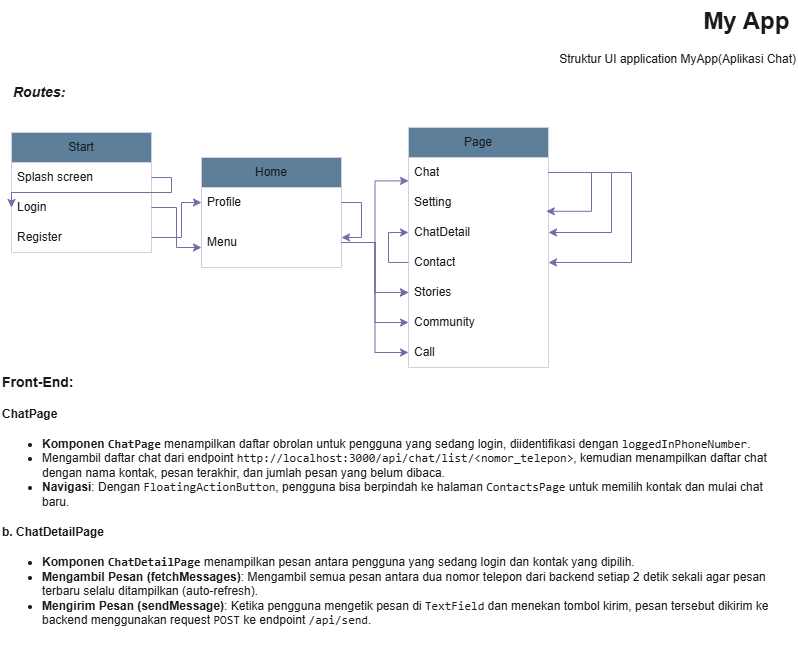
Earlier version of the draw.io export Struktur Application MyApp.drawio.png (NaufalAdityaAkbar/Application-MyApp---Flutter). Source tidied: cells renumbered, new cells last; positions are measured from the earlier drawing's top-left corner, leaving out a move shared by most shapes.
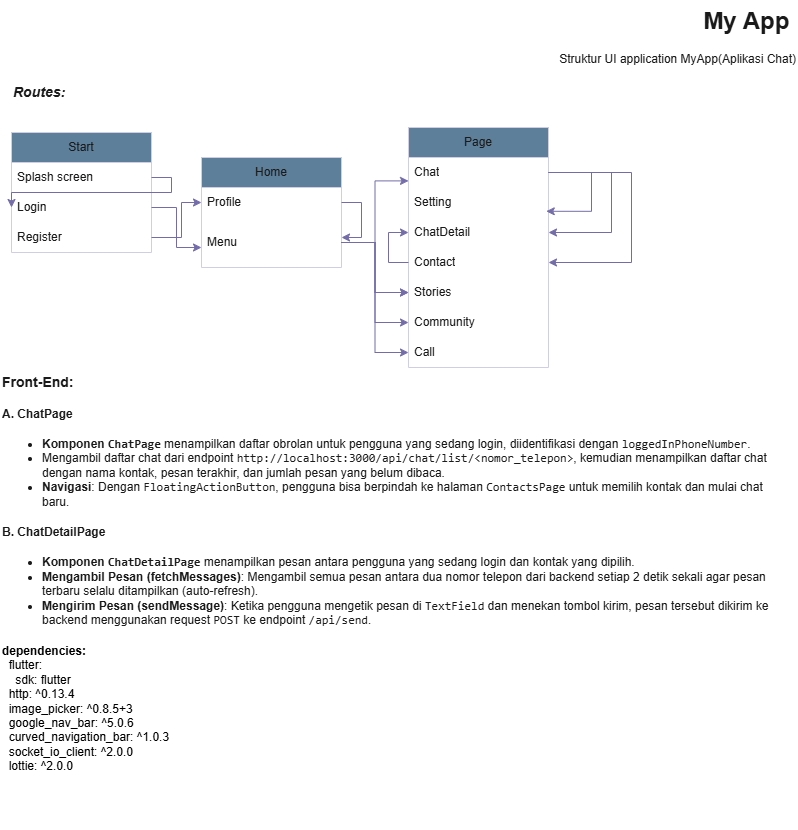
The same diagram one commit later.

What changed in the source:
```diff
@@ -128,8 +128,11 @@
     <mxCell id="31" style="edgeStyle=orthogonalEdgeStyle;rounded=0;jettySize=auto;html=1;labelBackgroundColor=none;strokeColor=#736CA8;fontColor=default;" parent="1" edge="1" source="11" target="20">
       <mxGeometry relative="1" as="geometry" />
     </mxCell>
-    <mxCell id="32" value="&lt;h1 style=&quot;margin-top: 0px; font-size: 14px;&quot;&gt;&lt;font style=&quot;font-size: 14px;&quot;&gt;Front-End:&lt;/font&gt;&lt;/h1&gt;&lt;h4&gt;&lt;strong&gt;ChatPage&lt;/strong&gt;&lt;/h4&gt;&lt;ul&gt;&lt;li&gt;&lt;strong&gt;Komponen &lt;code&gt;ChatPage&lt;/code&gt;&lt;/strong&gt; menampilkan daftar obrolan untuk pengguna yang sedang login, diidentifikasi dengan &lt;code&gt;loggedInPhoneNumber&lt;/code&gt;.&lt;/li&gt;&lt;li&gt;Mengambil daftar chat dari endpoint &lt;code&gt;http://localhost:3000/api/chat/list/&amp;lt;nomor_telepon&amp;gt;&lt;/code&gt;, kemudian menampilkan daftar chat dengan nama kontak, pesan terakhir, dan jumlah pesan yang belum dibaca.&lt;/li&gt;&lt;li&gt;&lt;strong&gt;Navigasi&lt;/strong&gt;: Dengan &lt;code&gt;FloatingActionButton&lt;/code&gt;, pengguna bisa berpindah ke halaman &lt;code&gt;ContactsPage&lt;/code&gt; untuk memilih kontak dan mulai chat baru.&lt;/li&gt;&lt;/ul&gt;&lt;h4&gt;b. &lt;strong&gt;ChatDetailPage&lt;/strong&gt;&lt;/h4&gt;&lt;ul&gt;&lt;li&gt;&lt;strong&gt;Komponen &lt;code&gt;ChatDetailPage&lt;/code&gt;&lt;/strong&gt; menampilkan pesan antara pengguna yang sedang login dan kontak yang dipilih.&lt;/li&gt;&lt;li&gt;&lt;strong&gt;Mengambil Pesan (fetchMessages)&lt;/strong&gt;: Mengambil semua pesan antara dua nomor telepon dari backend setiap 2 detik sekali agar pesan terbaru selalu ditampilkan (auto-refresh).&lt;/li&gt;&lt;li&gt;&lt;strong&gt;Mengirim Pesan (sendMessage)&lt;/strong&gt;: Ketika pengguna mengetik pesan di &lt;code&gt;TextField&lt;/code&gt; dan menekan tombol kirim, pesan tersebut dikirim ke backend menggunakan request &lt;code&gt;POST&lt;/code&gt; ke endpoint &lt;code&gt;/api/send&lt;/code&gt;.&lt;/li&gt;&lt;/ul&gt;" style="text;html=1;whiteSpace=wrap;overflow=hidden;rounded=0;labelBackgroundColor=none;fontColor=#1A1A1A;" parent="1" vertex="1">
+    <mxCell id="32" value="&lt;h1 style=&quot;margin-top: 0px; font-size: 14px;&quot;&gt;&lt;font style=&quot;font-size: 14px;&quot;&gt;Front-End:&lt;/font&gt;&lt;/h1&gt;&lt;h4&gt;&lt;strong&gt;A. ChatPage&lt;/strong&gt;&lt;/h4&gt;&lt;ul&gt;&lt;li&gt;&lt;strong&gt;Komponen &lt;code&gt;ChatPage&lt;/code&gt;&lt;/strong&gt; menampilkan daftar obrolan untuk pengguna yang sedang login, diidentifikasi dengan &lt;code&gt;loggedInPhoneNumber&lt;/code&gt;.&lt;/li&gt;&lt;li&gt;Mengambil daftar chat dari endpoint &lt;code&gt;http://localhost:3000/api/chat/list/&amp;lt;nomor_telepon&amp;gt;&lt;/code&gt;, kemudian menampilkan daftar chat dengan nama kontak, pesan terakhir, dan jumlah pesan yang belum dibaca.&lt;/li&gt;&lt;li&gt;&lt;strong&gt;Navigasi&lt;/strong&gt;: Dengan &lt;code&gt;FloatingActionButton&lt;/code&gt;, pengguna bisa berpindah ke halaman &lt;code&gt;ContactsPage&lt;/code&gt; untuk memilih kontak dan mulai chat baru.&lt;/li&gt;&lt;/ul&gt;&lt;h4&gt;B. &lt;strong&gt;ChatDetailPage&lt;/strong&gt;&lt;/h4&gt;&lt;ul&gt;&lt;li&gt;&lt;strong&gt;Komponen &lt;code&gt;ChatDetailPage&lt;/code&gt;&lt;/strong&gt; menampilkan pesan antara pengguna yang sedang login dan kontak yang dipilih.&lt;/li&gt;&lt;li&gt;&lt;strong&gt;Mengambil Pesan (fetchMessages)&lt;/strong&gt;: Mengambil semua pesan antara dua nomor telepon dari backend setiap 2 detik sekali agar pesan terbaru selalu ditampilkan (auto-refresh).&lt;/li&gt;&lt;li&gt;&lt;strong&gt;Mengirim Pesan (sendMessage)&lt;/strong&gt;: Ketika pengguna mengetik pesan di &lt;code&gt;TextField&lt;/code&gt; dan menekan tombol kirim, pesan tersebut dikirim ke backend menggunakan request &lt;code&gt;POST&lt;/code&gt; ke endpoint &lt;code&gt;/api/send&lt;/code&gt;.&lt;/li&gt;&lt;/ul&gt;" style="text;html=1;whiteSpace=wrap;overflow=hidden;rounded=0;labelBackgroundColor=none;fontColor=#1A1A1A;" parent="1" vertex="1">
       <mxGeometry y="367" width="770" height="290" as="geometry" />
     </mxCell>
+    <mxCell id="33" value="&lt;b&gt;dependencies:&lt;/b&gt;&lt;br&gt;&amp;nbsp; flutter:&lt;br&gt;&amp;nbsp; &amp;nbsp; sdk: flutter&lt;br&gt;&amp;nbsp; http: ^0.13.4&lt;br&gt;&amp;nbsp; image_picker: ^0.8.5+3&lt;br&gt;&amp;nbsp; google_nav_bar: ^5.0.6&lt;br&gt;&amp;nbsp; curved_navigation_bar: ^1.0.3&lt;br&gt;&amp;nbsp; socket_io_client: ^2.0.0&lt;br&gt;&amp;nbsp; lottie: ^2.0.0" style="text;overflow=hidden;rounded=0;labelBackgroundColor=none;verticalAlign=top;fontColor=#000000;html=1;" parent="1" vertex="1">
+      <mxGeometry y="637" width="281" height="190" as="geometry" />
+    </mxCell>
   </root>
 </mxGraphModel>
```
